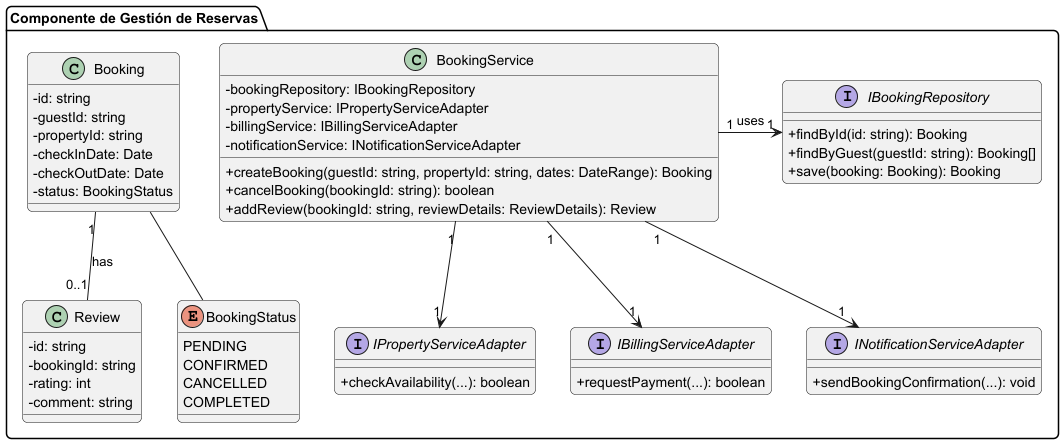
Edgerunners-Aplicaciones-Web/report keeps this PlantUML diagram as assets/Chapter-04/BookingComponentClassDiagram.png. Above is the earlier version. Its diagram source:
```plantuml
@startuml BookingComponentClassDiagram
skinparam classAttributeIconSize 0
skinparam roundcorner 10

package "Componente de Gestión de Reservas" {

    class BookingService {
        - bookingRepository: IBookingRepository
        - propertyService: IPropertyServiceAdapter
        - billingService: IBillingServiceAdapter
        - notificationService: INotificationServiceAdapter
        + createBooking(guestId: string, propertyId: string, dates: DateRange): Booking
        + cancelBooking(bookingId: string): boolean
        + addReview(bookingId: string, reviewDetails: ReviewDetails): Review
    }

    interface IBookingRepository {
        + findById(id: string): Booking
        + findByGuest(guestId: string): Booking[]
        + save(booking: Booking): Booking
    }

    class Booking {
        - id: string
        - guestId: string
        - propertyId: string
        - checkInDate: Date
        - checkOutDate: Date
        - status: BookingStatus
    }
    class Review {
        - id: string
        - bookingId: string
        - rating: int
        - comment: string
    }
    enum BookingStatus {
    PENDING
    CONFIRMED
    CANCELLED
    COMPLETED
    }

    interface IPropertyServiceAdapter
    {
    + checkAvailability(...): boolean
    }

    interface IBillingServiceAdapter
    {
    + requestPayment(...): boolean
    }

    interface INotificationServiceAdapter {
    + sendBookingConfirmation(...): void
    }

    BookingService "1" -> "1" IBookingRepository : uses
    BookingService "1" --> "1" IPropertyServiceAdapter
    BookingService "1" --> "1" IBillingServiceAdapter
    BookingService "1" --> "1" INotificationServiceAdapter
    Booking "1" -- "0..1" Review : has
    Booking -- BookingStatus
}
@enduml
```
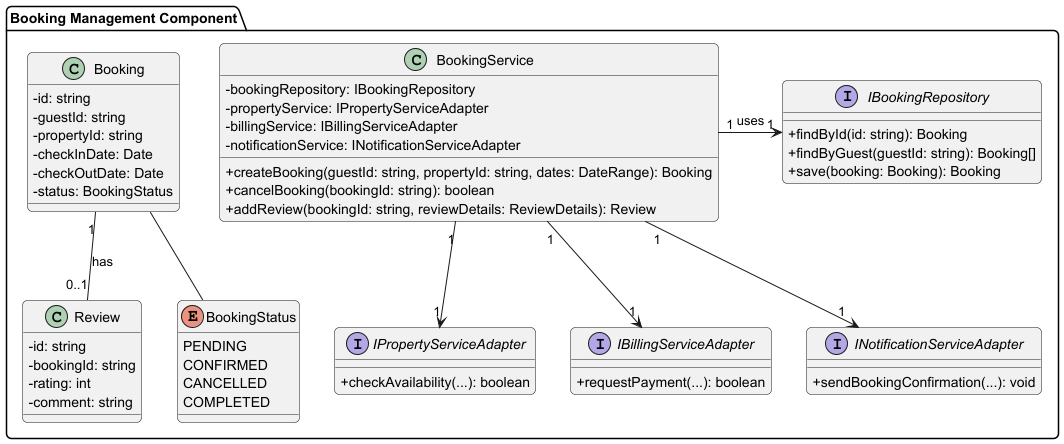
After the change.

Commit message:
doc: Update Chapter 4 class diagrams and add IoT Gateway components diagram

Diff of the diagram source:
```diff
@@ -2,7 +2,7 @@
 skinparam classAttributeIconSize 0
 skinparam roundcorner 10
 
-package "Componente de Gestión de Reservas" {
+package "Booking Management Component" {
 
     class BookingService {
         - bookingRepository: IBookingRepository
```
